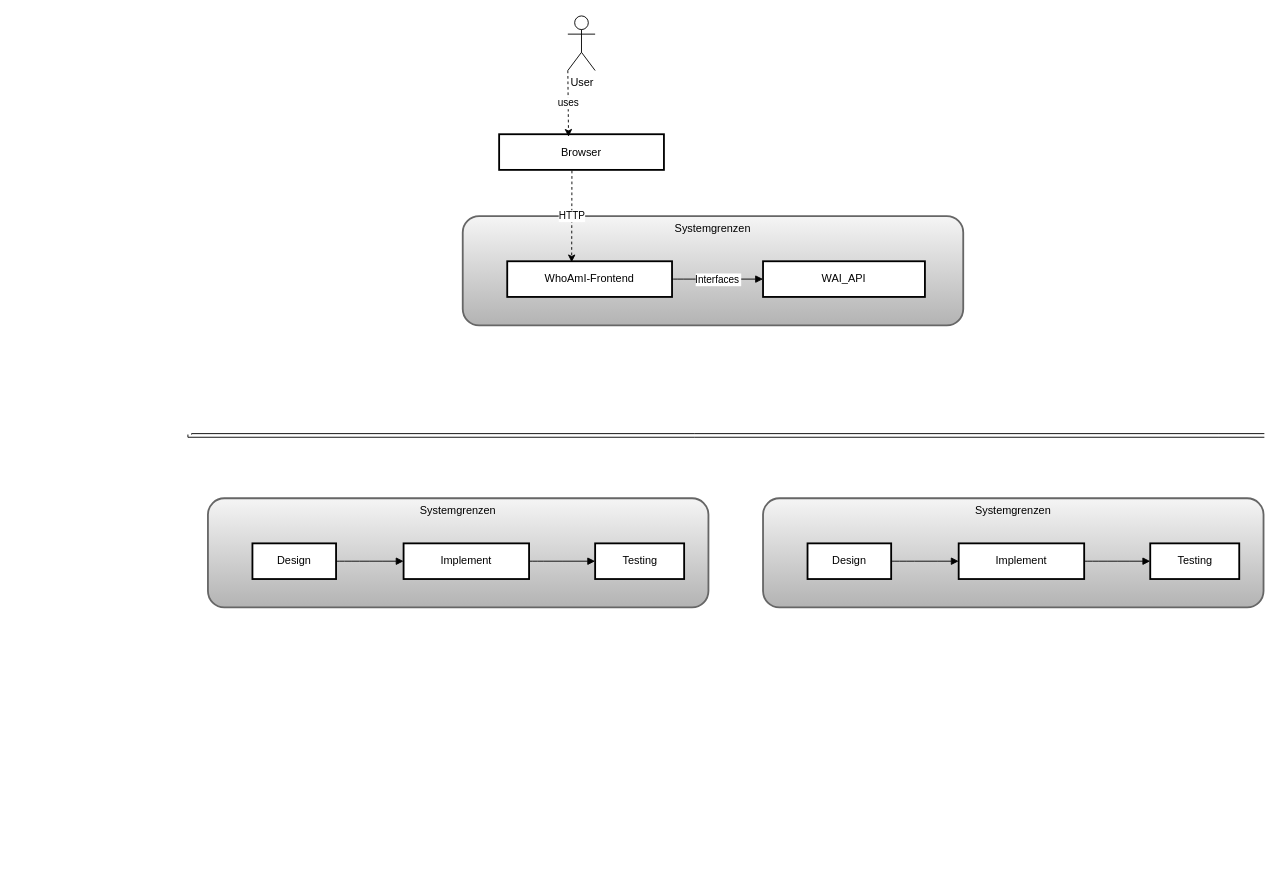
Before: Unbenanntes Diagramm.drawio in studPe/WhoAmI, a draw.io diagram. Source tidied: cells renumbered, new cells numbered last; positions are measured from the earlier drawing's top-left corner, leaving out a move shared by most shapes. Both pictures are drawn from the tidied source at 91%, with x=0, y=0 at pixel (189, 15).
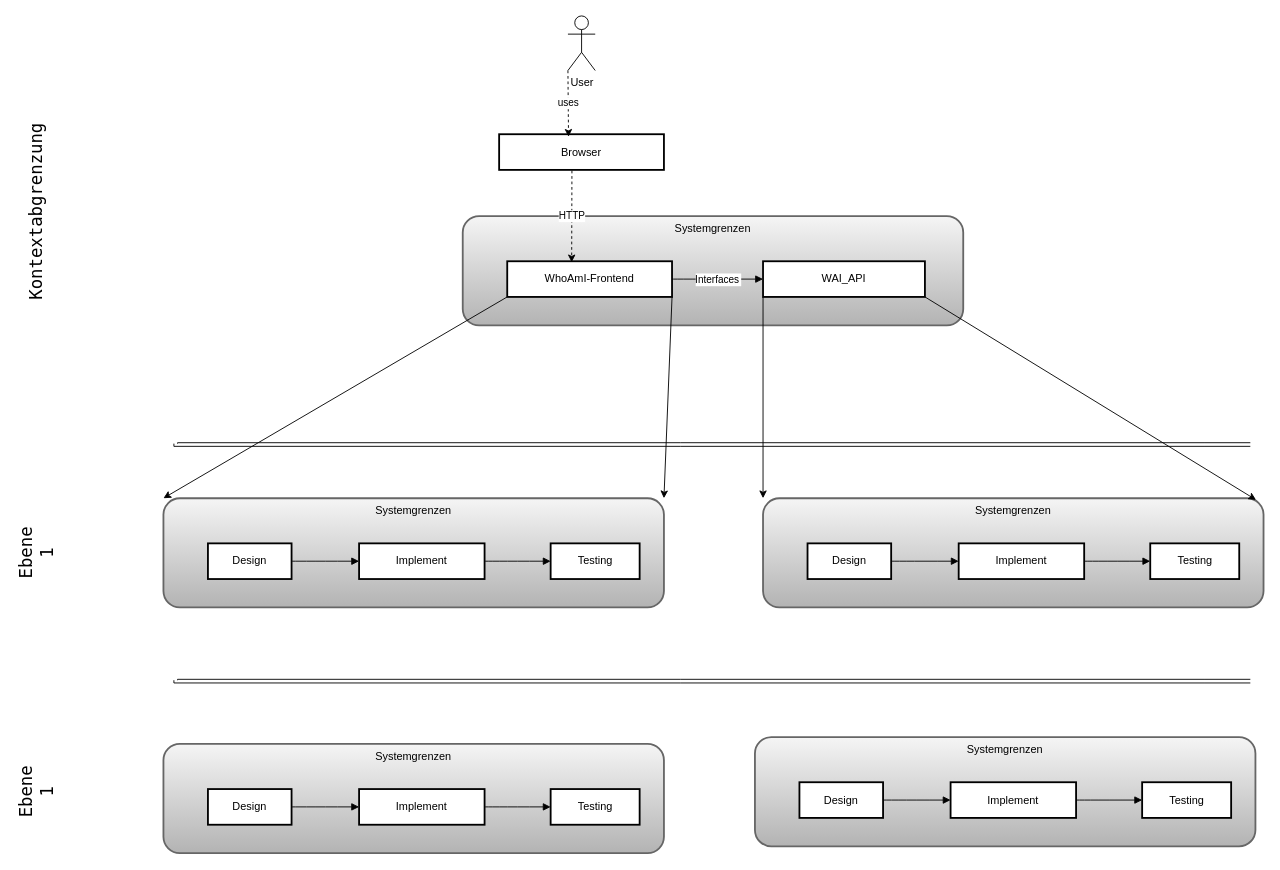
Above is the later version.

Commit message (it also covers changes not shown here):
WhiteBox Diagramm.drawio aktualisiert

Unchanged cells that the change refers to:
```xml
<mxCell id="4" value="WAI_API" style="whiteSpace=wrap;strokeWidth=2;" parent="3" vertex="1">
  <mxGeometry x="330" y="49.6" width="177.9" height="39.2" as="geometry" />
</mxCell>
<mxCell id="5" value="WhoAmI-Frontend" style="whiteSpace=wrap;strokeWidth=2;" parent="3" vertex="1">
  <mxGeometry x="48.9" y="49.6" width="181.1" height="39.2" as="geometry" />
</mxCell>
<mxCell id="14" value="Systemgrenzen" style="whiteSpace=wrap;strokeWidth=2;verticalAlign=top;fillColor=#f5f5f5;gradientColor=#b3b3b3;strokeColor=#666666;rounded=1;" parent="1" vertex="1">
  <mxGeometry x="630" y="530" width="550" height="120" as="geometry" />
</mxCell>
```

Change to the diagram source:
```diff
@@
     <mxCell id="2" style="edgeStyle=orthogonalEdgeStyle;rounded=0;orthogonalLoop=1;jettySize=auto;html=1;shape=link;" parent="1" edge="1">
       <mxGeometry relative="1" as="geometry">
-        <mxPoint y="460" as="sourcePoint" />
-        <mxPoint x="1180.9" y="461" as="targetPoint" />
+        <mxPoint x="-15.4" y="470" as="sourcePoint" />
+        <mxPoint x="1165.5" y="471" as="targetPoint" />
         <Array as="points">
-          <mxPoint x="555" y="461" />
-          <mxPoint x="1130" y="461" />
-          <mxPoint x="1130" y="440" />
+          <mxPoint x="539.6" y="471" />
+          <mxPoint x="1114.6" y="471" />
+          <mxPoint x="1114.6" y="450" />
         </Array>
       </mxGeometry>
     </mxCell>
@@
     <mxCell id="8" value="Systemgrenzen" style="whiteSpace=wrap;strokeWidth=2;verticalAlign=top;fillColor=#f5f5f5;gradientColor=#b3b3b3;strokeColor=#666666;rounded=1;" parent="1" vertex="1">
-      <mxGeometry x="20" y="530" width="550" height="120" as="geometry" />
+      <mxGeometry x="-28.9" y="530" width="550" height="120" as="geometry" />
     </mxCell>
@@
     <mxCell id="20" value="User" style="shape=umlActor;verticalLabelPosition=bottom;verticalAlign=top;html=1;outlineConnect=0;" parent="1" vertex="1">
-      <mxGeometry x="415.5" width="30" height="60" as="geometry" />
+      <mxGeometry x="415.6" width="30" height="60" as="geometry" />
     </mxCell>
@@
+    <mxCell id="23" style="rounded=0;jettySize=auto;html=1;entryX=0;entryY=0;entryDx=0;entryDy=0;exitX=0;exitY=1;exitDx=0;exitDy=0;" parent="1" edge="1" source="5" target="8">
+      <mxGeometry relative="1" as="geometry" />
+    </mxCell>
+    <mxCell id="24" style="rounded=0;jettySize=auto;html=1;entryX=1;entryY=0;entryDx=0;entryDy=0;exitX=1;exitY=1;exitDx=0;exitDy=0;" parent="1" edge="1" source="5" target="8">
+      <mxGeometry relative="1" as="geometry" />
+    </mxCell>
+    <mxCell id="25" style="rounded=0;jettySize=auto;html=1;entryX=0;entryY=0;entryDx=0;entryDy=0;exitX=0;exitY=1;exitDx=0;exitDy=0;" parent="1" edge="1" source="4" target="14">
+      <mxGeometry relative="1" as="geometry" />
+    </mxCell>
+    <mxCell id="26" style="rounded=0;jettySize=auto;html=1;entryX=0.985;entryY=0.015;entryDx=0;entryDy=0;exitX=1;exitY=1;exitDx=0;exitDy=0;entryPerimeter=0;" parent="1" edge="1" source="4" target="14">
+      <mxGeometry relative="1" as="geometry" />
+    </mxCell>
+    <mxCell id="27" value="&lt;font face=&quot;Lucida Console&quot; style=&quot;font-size: 19px;&quot;&gt;Kontextabgrenzung&lt;/font&gt;" style="text;strokeColor=none;align=center;fillColor=none;html=1;verticalAlign=middle;whiteSpace=wrap;rounded=0;rotation=-90;" parent="1" vertex="1">
+      <mxGeometry x="-198.9" y="200" width="60" height="30" as="geometry" />
+    </mxCell>
+    <mxCell id="28" style="edgeStyle=orthogonalEdgeStyle;rounded=0;orthogonalLoop=1;jettySize=auto;html=1;shape=link;" parent="1" edge="1">
+      <mxGeometry relative="1" as="geometry">
+        <mxPoint x="-15.4" y="730" as="sourcePoint" />
+        <mxPoint x="1165.5" y="731" as="targetPoint" />
+        <Array as="points">
+          <mxPoint x="539.6" y="731" />
+          <mxPoint x="1114.6" y="731" />
+          <mxPoint x="1114.6" y="710" />
+        </Array>
+      </mxGeometry>
+    </mxCell>
+    <mxCell id="29" value="&lt;font face=&quot;Lucida Console&quot; style=&quot;font-size: 19px;&quot;&gt;Ebene 1&lt;/font&gt;" style="text;strokeColor=none;align=center;fillColor=none;html=1;verticalAlign=middle;whiteSpace=wrap;rounded=0;rotation=-90;" parent="1" vertex="1">
+      <mxGeometry x="-198.9" y="575" width="60" height="30" as="geometry" />
+    </mxCell>
+    <mxCell id="30" value="&lt;font face=&quot;Lucida Console&quot; style=&quot;font-size: 19px;&quot;&gt;Ebene 1&lt;/font&gt;" style="text;strokeColor=none;align=center;fillColor=none;html=1;verticalAlign=middle;whiteSpace=wrap;rounded=0;rotation=-90;" parent="1" vertex="1">
+      <mxGeometry x="-198.9" y="830" width="60" height="45" as="geometry" />
+    </mxCell>
+    <mxCell id="31" value="Systemgrenzen" style="whiteSpace=wrap;strokeWidth=2;verticalAlign=top;fillColor=#f5f5f5;gradientColor=#b3b3b3;strokeColor=#666666;rounded=1;" parent="1" vertex="1">
+      <mxGeometry x="-28.9" y="800" width="550" height="120" as="geometry" />
+    </mxCell>
+    <mxCell id="32" value="Implement" style="whiteSpace=wrap;strokeWidth=2;" parent="31" vertex="1">
+      <mxGeometry x="215" y="49.6" width="137.9" height="39.2" as="geometry" />
+    </mxCell>
+    <mxCell id="33" value="Design" style="whiteSpace=wrap;strokeWidth=2;" parent="31" vertex="1">
+      <mxGeometry x="48.9" y="49.6" width="91.9" height="39.2" as="geometry" />
+    </mxCell>
+    <mxCell id="34" value="Testing" style="whiteSpace=wrap;strokeWidth=2;" parent="31" vertex="1">
+      <mxGeometry x="425.5" y="49.6" width="97.8" height="39.2" as="geometry" />
+    </mxCell>
+    <mxCell id="35" style="curved=1;startArrow=none;endArrow=block;exitX=0.99;exitY=0.5;entryX=0;entryY=0.5;" parent="31" edge="1" source="33" target="32">
+      <mxGeometry relative="1" as="geometry" />
+    </mxCell>
+    <mxCell id="36" style="curved=1;startArrow=none;endArrow=block;exitX=0.99;exitY=0.5;entryX=0.01;entryY=0.5;" parent="31" edge="1" source="32" target="34">
+      <mxGeometry relative="1" as="geometry" />
+    </mxCell>
+    <mxCell id="37" value="Systemgrenzen" style="whiteSpace=wrap;strokeWidth=2;verticalAlign=top;fillColor=#f5f5f5;gradientColor=#b3b3b3;strokeColor=#666666;rounded=1;" parent="1" vertex="1">
+      <mxGeometry x="621.1" y="792.5" width="550" height="120" as="geometry" />
+    </mxCell>
+    <mxCell id="38" value="Implement" style="whiteSpace=wrap;strokeWidth=2;" parent="37" vertex="1">
+      <mxGeometry x="215" y="49.6" width="137.9" height="39.2" as="geometry" />
+    </mxCell>
+    <mxCell id="39" value="Design" style="whiteSpace=wrap;strokeWidth=2;" parent="37" vertex="1">
+      <mxGeometry x="48.9" y="49.6" width="91.9" height="39.2" as="geometry" />
+    </mxCell>
+    <mxCell id="40" value="Testing" style="whiteSpace=wrap;strokeWidth=2;" parent="37" vertex="1">
+      <mxGeometry x="425.5" y="49.6" width="97.8" height="39.2" as="geometry" />
+    </mxCell>
+    <mxCell id="41" style="curved=1;startArrow=none;endArrow=block;exitX=0.99;exitY=0.5;entryX=0;entryY=0.5;" parent="37" edge="1" source="39" target="38">
+      <mxGeometry relative="1" as="geometry" />
+    </mxCell>
+    <mxCell id="42" style="curved=1;startArrow=none;endArrow=block;exitX=0.99;exitY=0.5;entryX=0.01;entryY=0.5;" parent="37" edge="1" source="38" target="40">
+      <mxGeometry relative="1" as="geometry" />
+    </mxCell>
```
